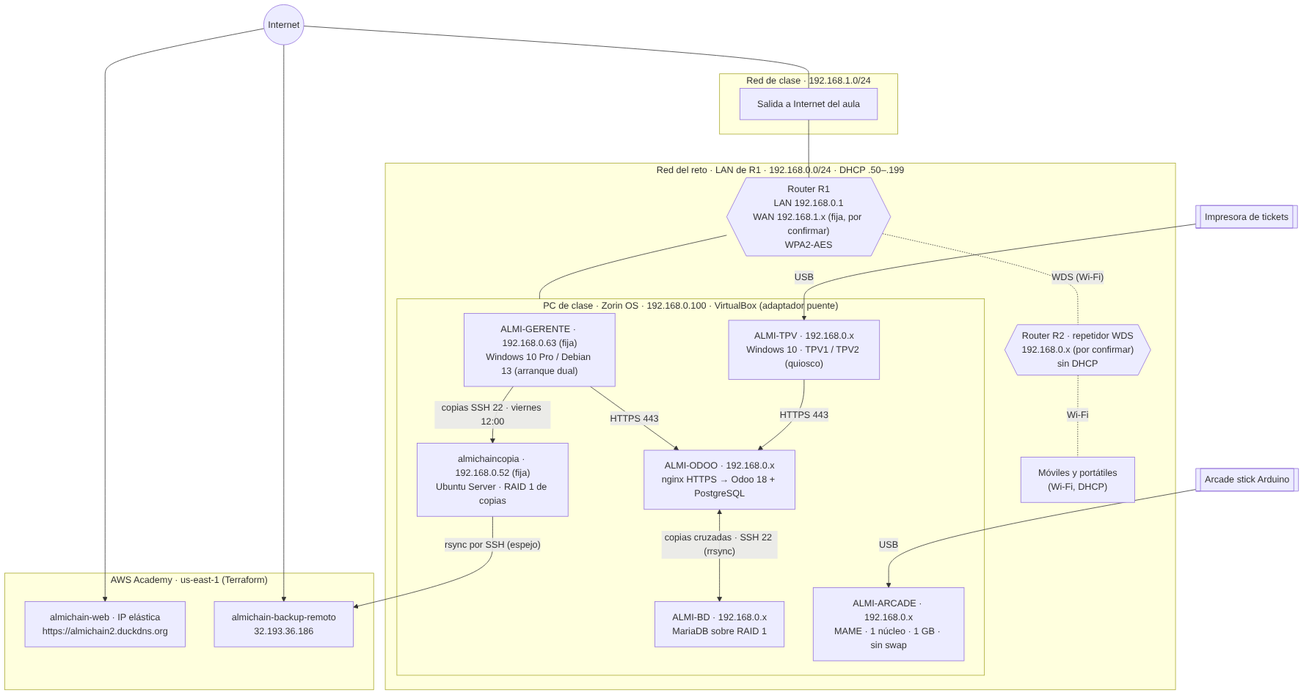
krako829/almichain-reto1 keeps this Mermaid diagram as diagramas/arquitectura-global.png. Above is the earlier version. Its source is kept beside it as diagramas/arquitectura-global.mmd.
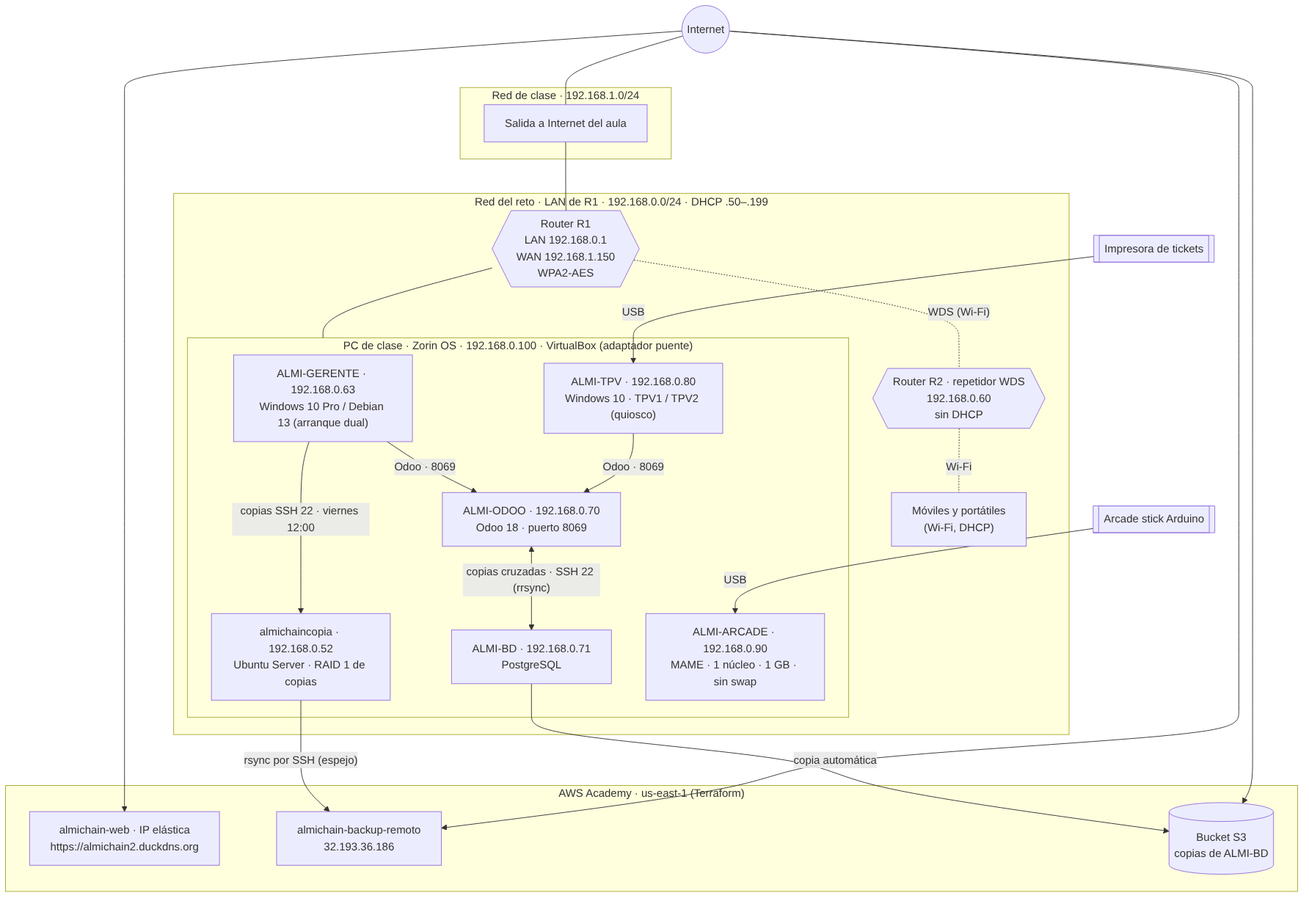
The same file after the commit.

Commit message:
Red del reto: IP de todas las máquinas, ALMI-BD con PostgreSQL y copia a S3, Odoo por el 8069

Claude-Session: https://claude.ai/code/session_01GWPzcnHEqT1AUZFYVaQ4SE

Change to the diagram source:
```diff
@@ -4,21 +4,22 @@
     GWC["Salida a Internet del aula"]
   end
   subgraph LAN["Red del reto · LAN de R1 · 192.168.0.0/24 · DHCP .50–.199"]
-    R1{{"Router R1<br/>LAN 192.168.0.1<br/>WAN 192.168.1.x (fija, por confirmar)<br/>WPA2-AES"}}
-    R2{{"Router R2 · repetidor WDS<br/>192.168.0.x (por confirmar)<br/>sin DHCP"}}
+    R1{{"Router R1<br/>LAN 192.168.0.1<br/>WAN 192.168.1.150<br/>WPA2-AES"}}
+    R2{{"Router R2 · repetidor WDS<br/>192.168.0.60<br/>sin DHCP"}}
     subgraph PCC["PC de clase · Zorin OS · 192.168.0.100 · VirtualBox (adaptador puente)"]
-      GER["ALMI-GERENTE · 192.168.0.63 (fija)<br/>Windows 10 Pro / Debian 13 (arranque dual)"]
-      COP["almichaincopia · 192.168.0.52 (fija)<br/>Ubuntu Server · RAID 1 de copias"]
-      TPV["ALMI-TPV · 192.168.0.x<br/>Windows 10 · TPV1 / TPV2 (quiosco)"]
-      ODOO["ALMI-ODOO · 192.168.0.x<br/>nginx HTTPS → Odoo 18 + PostgreSQL"]
-      BD["ALMI-BD · 192.168.0.x<br/>MariaDB sobre RAID 1"]
-      ARC["ALMI-ARCADE · 192.168.0.x<br/>MAME · 1 núcleo · 1 GB · sin swap"]
+      GER["ALMI-GERENTE · 192.168.0.63<br/>Windows 10 Pro / Debian 13 (arranque dual)"]
+      COP["almichaincopia · 192.168.0.52<br/>Ubuntu Server · RAID 1 de copias"]
+      TPV["ALMI-TPV · 192.168.0.80<br/>Windows 10 · TPV1 / TPV2 (quiosco)"]
+      ODOO["ALMI-ODOO · 192.168.0.70<br/>Odoo 18 · puerto 8069"]
+      BD["ALMI-BD · 192.168.0.71<br/>PostgreSQL"]
+      ARC["ALMI-ARCADE · 192.168.0.90<br/>MAME · 1 núcleo · 1 GB · sin swap"]
     end
     MOV["Móviles y portátiles<br/>(Wi-Fi, DHCP)"]
   end
   subgraph AWS["AWS Academy · us-east-1 (Terraform)"]
     WEB["almichain-web · IP elástica<br/>https://almichain2.duckdns.org"]
     REM["almichain-backup-remoto<br/>32.193.36.186"]
+    S3[("Bucket S3<br/>copias de ALMI-BD")]
   end
   IMP[["Impresora de tickets"]] -- USB --> TPV
   STK[["Arcade stick Arduino"]] -- USB --> ARC
@@ -26,10 +27,12 @@
   R1 -. "WDS (Wi-Fi)" .- R2
   R2 -. Wi-Fi .- MOV
   R1 --- PCC
-  GER -- "HTTPS 443" --> ODOO
-  TPV -- "HTTPS 443" --> ODOO
+  GER -- "Odoo · 8069" --> ODOO
+  TPV -- "Odoo · 8069" --> ODOO
   ODOO <-- "copias cruzadas · SSH 22 (rrsync)" --> BD
+  BD -- "copia automática" --> S3
   GER -- "copias SSH 22 · viernes 12:00" --> COP
   COP -- "rsync por SSH (espejo)" --> REM
   INET --> WEB
   INET --> REM
+  INET --> S3
```
